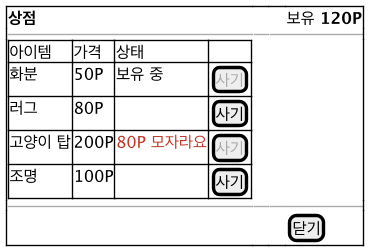
The PlantUML diagram docs/diagrams/ui-shop.png in 2026-2-software-system-design-11/planning-pet-app, before a commit. The source it was exported from:
```plantuml
@startsalt ui-shop
!include ui-common.iuml
{+
  <b>상점</b> | . | . | 보유 <b>120P</b>
  --|--|--|--
  {#
    아이템 | 가격 | 상태 | .
    화분 | 50P | 보유 중 | [<color:#AAAAAA>사기</color>]
    러그 | 80P | . | [사기]
    고양이 탑 | 200P | <color:#C0392B>80P 모자라요</color> | [<color:#AAAAAA>사기</color>]
    조명 | 100P | . | [사기]
  }
  --|--|--|--
  . | . | . | [닫기]
}
@endsalt
```
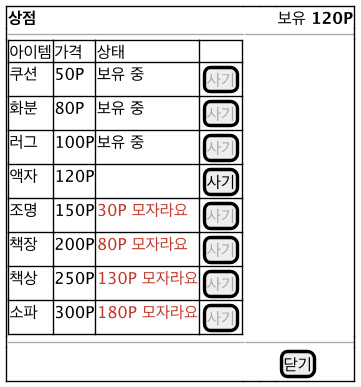
The same diagram one commit later.

Diff of the diagram source:
```diff
@@ -5,10 +5,14 @@
   --|--|--|--
   {#
     아이템 | 가격 | 상태 | .
-    화분 | 50P | 보유 중 | [<color:#AAAAAA>사기</color>]
-    러그 | 80P | . | [사기]
-    고양이 탑 | 200P | <color:#C0392B>80P 모자라요</color> | [<color:#AAAAAA>사기</color>]
-    조명 | 100P | . | [사기]
+    쿠션 | 50P | 보유 중 | [<color:#AAAAAA>사기</color>]
+    화분 | 80P | 보유 중 | [<color:#AAAAAA>사기</color>]
+    러그 | 100P | 보유 중 | [<color:#AAAAAA>사기</color>]
+    액자 | 120P | . | [사기]
+    조명 | 150P | <color:#C0392B>30P 모자라요</color> | [<color:#AAAAAA>사기</color>]
+    책장 | 200P | <color:#C0392B>80P 모자라요</color> | [<color:#AAAAAA>사기</color>]
+    책상 | 250P | <color:#C0392B>130P 모자라요</color> | [<color:#AAAAAA>사기</color>]
+    소파 | 300P | <color:#C0392B>180P 모자라요</color> | [<color:#AAAAAA>사기</color>]
   }
   --|--|--|--
   . | . | . | [닫기]
```
